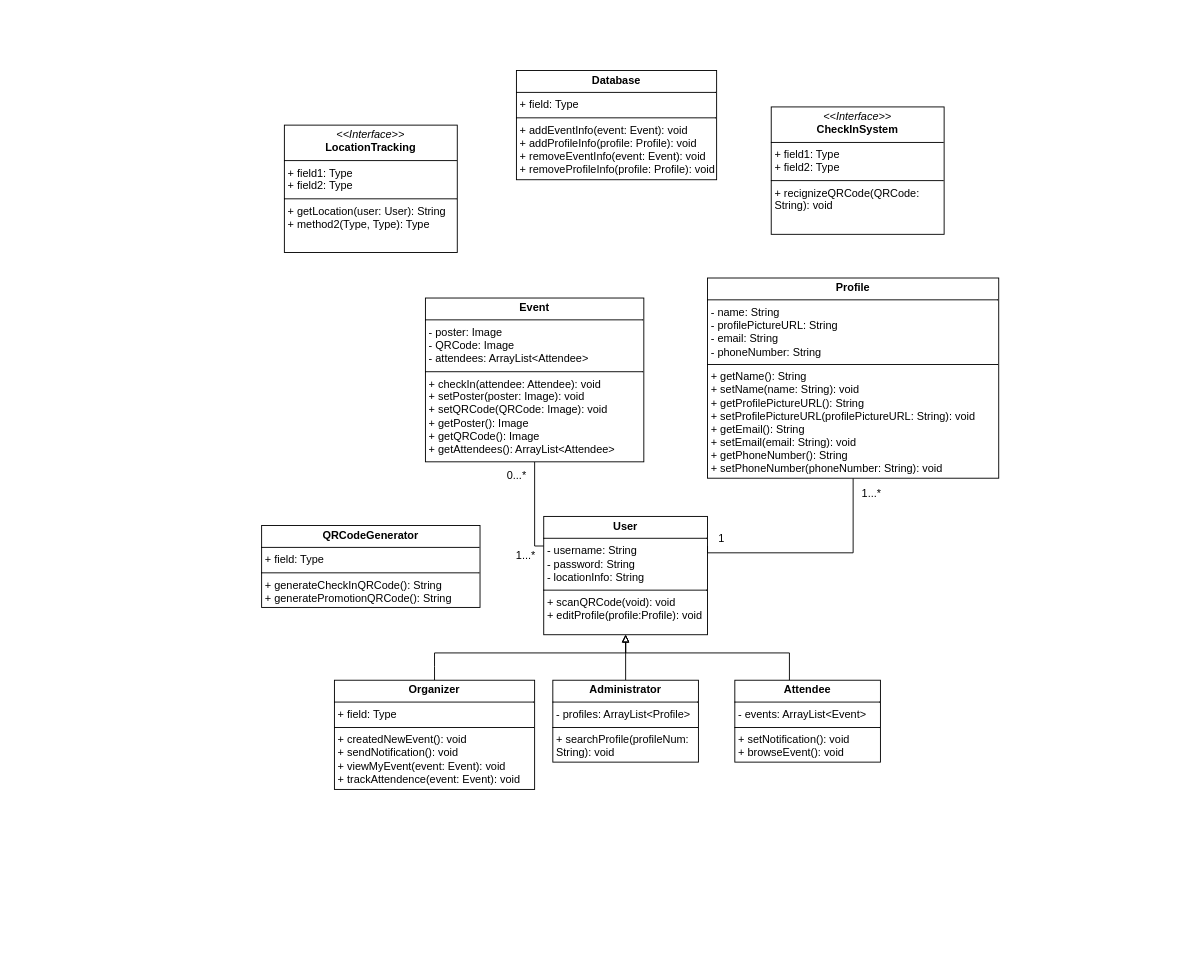
Above: UML Diagram.drawio in CMPUT301W24T15/SyncQR (draw.io), before the change. Source tidied: cells renumbered, new cells numbered last; positions are measured from the earlier drawing's top-left corner, leaving out a move shared by most shapes. Both pictures are drawn from the tidied source at 91%, with x=0, y=0 at pixel (261, 70).
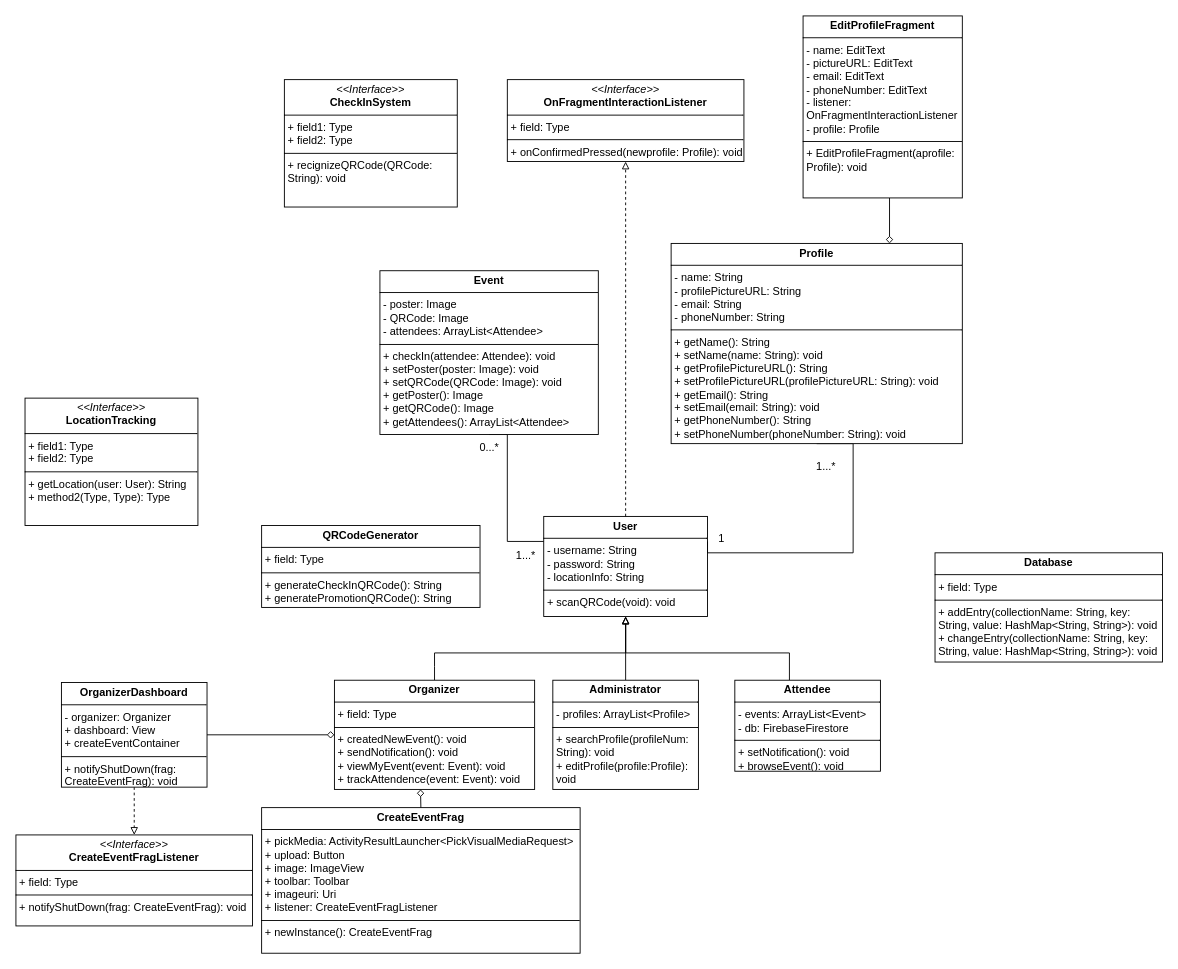
The same page after the edit.

Unchanged cells that the change refers to:
```xml
<mxCell id="4" value="&lt;p style=&quot;margin:0px;margin-top:4px;text-align:center;&quot;&gt;&lt;b&gt;Organizer&lt;/b&gt;&lt;/p&gt;&lt;hr size=&quot;1&quot; style=&quot;border-style:solid;&quot;&gt;&lt;p style=&quot;margin:0px;margin-left:4px;&quot;&gt;+ field: Type&lt;/p&gt;&lt;hr size=&quot;1&quot; style=&quot;border-style:solid;&quot;&gt;&lt;p style=&quot;margin:0px;margin-left:4px;&quot;&gt;+ createdNewEvent(): void&lt;/p&gt;&lt;p style=&quot;margin:0px;margin-left:4px;&quot;&gt;+ sendNotification(): void&lt;/p&gt;&lt;p style=&quot;margin:0px;margin-left:4px;&quot;&gt;+ viewMyEvent(event: Event): void&lt;/p&gt;&lt;p style=&quot;margin:0px;margin-left:4px;&quot;&gt;+ trackAttendence(event: Event): void&lt;/p&gt;" style="verticalAlign=top;align=left;overflow=fill;html=1;whiteSpace=wrap;" parent="1" vertex="1">
  <mxGeometry x="80" y="670" width="220" height="120" as="geometry" />
</mxCell>
```

What changed in the source:
```diff
@@
-    <mxCell id="2" value="&lt;p style=&quot;margin:0px;margin-top:4px;text-align:center;&quot;&gt;&lt;span style=&quot;font-weight: 700;&quot;&gt;User&lt;/span&gt;&lt;br&gt;&lt;/p&gt;&lt;hr size=&quot;1&quot; style=&quot;border-style:solid;&quot;&gt;&lt;p style=&quot;margin:0px;margin-left:4px;&quot;&gt;- username: String&lt;br&gt;&lt;/p&gt;&lt;p style=&quot;margin:0px;margin-left:4px;&quot;&gt;- password: String&lt;br&gt;&lt;/p&gt;&lt;p style=&quot;margin:0px;margin-left:4px;&quot;&gt;- locationInfo: String&lt;/p&gt;&lt;hr size=&quot;1&quot; style=&quot;border-style:solid;&quot;&gt;&lt;p style=&quot;margin:0px;margin-left:4px;&quot;&gt;+ scanQRCode(void): void&lt;br&gt;&lt;/p&gt;&lt;p style=&quot;margin:0px;margin-left:4px;&quot;&gt;+ editProfile(profile:Profile): void&lt;br&gt;&lt;/p&gt;" style="verticalAlign=top;align=left;overflow=fill;html=1;whiteSpace=wrap;" parent="1" vertex="1">
-      <mxGeometry x="310" y="490" width="180" height="130" as="geometry" />
+    <mxCell id="2" value="&lt;p style=&quot;margin:0px;margin-top:4px;text-align:center;&quot;&gt;&lt;span style=&quot;font-weight: 700;&quot;&gt;User&lt;/span&gt;&lt;br&gt;&lt;/p&gt;&lt;hr size=&quot;1&quot; style=&quot;border-style:solid;&quot;&gt;&lt;p style=&quot;margin:0px;margin-left:4px;&quot;&gt;- username: String&lt;br&gt;&lt;/p&gt;&lt;p style=&quot;margin:0px;margin-left:4px;&quot;&gt;- password: String&lt;br&gt;&lt;/p&gt;&lt;p style=&quot;margin:0px;margin-left:4px;&quot;&gt;- locationInfo: String&lt;/p&gt;&lt;hr size=&quot;1&quot; style=&quot;border-style:solid;&quot;&gt;&lt;p style=&quot;margin:0px;margin-left:4px;&quot;&gt;+ scanQRCode(void): void&lt;/p&gt;" style="verticalAlign=top;align=left;overflow=fill;html=1;whiteSpace=wrap;" parent="1" vertex="1">
+      <mxGeometry x="310" y="490" width="180" height="110" as="geometry" />
     </mxCell>
@@
-    <mxCell id="6" value="&lt;p style=&quot;margin:0px;margin-top:4px;text-align:center;&quot;&gt;&lt;span style=&quot;font-weight: 700;&quot;&gt;Administrator&lt;/span&gt;&lt;br&gt;&lt;/p&gt;&lt;hr size=&quot;1&quot; style=&quot;border-style:solid;&quot;&gt;&lt;p style=&quot;margin:0px;margin-left:4px;&quot;&gt;- profiles: ArrayList&amp;lt;Profile&amp;gt;&lt;/p&gt;&lt;hr size=&quot;1&quot; style=&quot;border-style:solid;&quot;&gt;&lt;p style=&quot;margin:0px;margin-left:4px;&quot;&gt;+ searchProfile(profileNum: String): void&lt;br&gt;&lt;/p&gt;" style="verticalAlign=top;align=left;overflow=fill;html=1;whiteSpace=wrap;" parent="1" vertex="1">
-      <mxGeometry x="320" y="670" width="160" height="90" as="geometry" />
+    <mxCell id="6" value="&lt;p style=&quot;margin:0px;margin-top:4px;text-align:center;&quot;&gt;&lt;span style=&quot;font-weight: 700;&quot;&gt;Administrator&lt;/span&gt;&lt;br&gt;&lt;/p&gt;&lt;hr size=&quot;1&quot; style=&quot;border-style:solid;&quot;&gt;&lt;p style=&quot;margin:0px;margin-left:4px;&quot;&gt;- profiles: ArrayList&amp;lt;Profile&amp;gt;&lt;/p&gt;&lt;hr size=&quot;1&quot; style=&quot;border-style:solid;&quot;&gt;&lt;p style=&quot;margin:0px;margin-left:4px;&quot;&gt;+ searchProfile(profileNum: String): void&lt;br&gt;&lt;/p&gt;&lt;p style=&quot;margin:0px;margin-left:4px;&quot;&gt;+ editProfile(profile:Profile): void&lt;br&gt;&lt;/p&gt;" style="verticalAlign=top;align=left;overflow=fill;html=1;whiteSpace=wrap;" parent="1" vertex="1">
+      <mxGeometry x="320" y="670" width="160" height="120" as="geometry" />
     </mxCell>
@@
-    <mxCell id="8" value="&lt;p style=&quot;margin:0px;margin-top:4px;text-align:center;&quot;&gt;&lt;b&gt;Attendee&lt;/b&gt;&lt;/p&gt;&lt;hr size=&quot;1&quot; style=&quot;border-style:solid;&quot;&gt;&lt;p style=&quot;margin:0px;margin-left:4px;&quot;&gt;- events: ArrayList&amp;lt;Event&amp;gt;&lt;/p&gt;&lt;hr size=&quot;1&quot; style=&quot;border-style:solid;&quot;&gt;&lt;p style=&quot;margin:0px;margin-left:4px;&quot;&gt;+ setNotification(): void&lt;/p&gt;&lt;p style=&quot;margin:0px;margin-left:4px;&quot;&gt;+ browseEvent(): void&lt;/p&gt;" style="verticalAlign=top;align=left;overflow=fill;html=1;whiteSpace=wrap;" parent="1" vertex="1">
-      <mxGeometry x="520" y="670" width="160" height="90" as="geometry" />
+    <mxCell id="8" value="&lt;p style=&quot;margin:0px;margin-top:4px;text-align:center;&quot;&gt;&lt;b&gt;Attendee&lt;/b&gt;&lt;/p&gt;&lt;hr size=&quot;1&quot; style=&quot;border-style:solid;&quot;&gt;&lt;p style=&quot;margin:0px;margin-left:4px;&quot;&gt;- events: ArrayList&amp;lt;Event&amp;gt;&lt;/p&gt;&lt;p style=&quot;margin:0px;margin-left:4px;&quot;&gt;- db: FirebaseFirestore&lt;/p&gt;&lt;hr size=&quot;1&quot; style=&quot;border-style:solid;&quot;&gt;&lt;p style=&quot;margin:0px;margin-left:4px;&quot;&gt;+ setNotification(): void&lt;/p&gt;&lt;p style=&quot;margin:0px;margin-left:4px;&quot;&gt;+ browseEvent(): void&lt;/p&gt;" style="verticalAlign=top;align=left;overflow=fill;html=1;whiteSpace=wrap;" parent="1" vertex="1">
+      <mxGeometry x="520" y="670" width="160" height="100" as="geometry" />
     </mxCell>
     <mxCell id="9" style="edgeStyle=orthogonalEdgeStyle;rounded=0;jettySize=auto;html=1;exitX=0.5;exitY=1;exitDx=0;exitDy=0;entryX=0;entryY=0.25;entryDx=0;entryDy=0;endArrow=none;endFill=0;" parent="1" edge="1" source="10" target="2">
       <mxGeometry relative="1" as="geometry">
         <Array as="points">
-          <mxPoint x="300" y="523" />
+          <mxPoint x="270" y="518" />
         </Array>
       </mxGeometry>
     </mxCell>
     <mxCell id="10" value="&lt;p style=&quot;margin:0px;margin-top:4px;text-align:center;&quot;&gt;&lt;b&gt;Event&lt;/b&gt;&lt;/p&gt;&lt;hr size=&quot;1&quot; style=&quot;border-style:solid;&quot;&gt;&lt;p style=&quot;margin:0px;margin-left:4px;&quot;&gt;- poster: Image&lt;/p&gt;&lt;p style=&quot;margin:0px;margin-left:4px;&quot;&gt;- QRCode: Image&lt;br&gt;&lt;/p&gt;&lt;p style=&quot;margin:0px;margin-left:4px;&quot;&gt;- attendees: ArrayList&amp;lt;Attendee&amp;gt;&lt;br&gt;&lt;/p&gt;&lt;hr size=&quot;1&quot; style=&quot;border-style:solid;&quot;&gt;&lt;p style=&quot;margin:0px;margin-left:4px;&quot;&gt;+ checkIn(attendee: Attendee): void&lt;/p&gt;&lt;p style=&quot;margin:0px;margin-left:4px;&quot;&gt;+ setPoster(poster: Image): void&lt;/p&gt;&lt;p style=&quot;margin:0px;margin-left:4px;&quot;&gt;+ setQRCode(QRCode: Image): void&lt;br&gt;&lt;/p&gt;&lt;p style=&quot;margin:0px;margin-left:4px;&quot;&gt;+ getPoster(): Image&lt;/p&gt;&lt;p style=&quot;margin:0px;margin-left:4px;&quot;&gt;+ getQRCode(): Image&lt;/p&gt;&lt;p style=&quot;margin:0px;margin-left:4px;&quot;&gt;+ getAttendees(): ArrayList&amp;lt;Attendee&amp;gt;&lt;/p&gt;" style="verticalAlign=top;align=left;overflow=fill;html=1;whiteSpace=wrap;" parent="1" vertex="1">
-      <mxGeometry x="180" y="250" width="240" height="180" as="geometry" />
+      <mxGeometry x="130" y="220" width="240" height="180" as="geometry" />
     </mxCell>
@@
     <mxCell id="12" value="&lt;p style=&quot;margin:0px;margin-top:4px;text-align:center;&quot;&gt;&lt;b&gt;Profile&lt;/b&gt;&lt;/p&gt;&lt;hr size=&quot;1&quot; style=&quot;border-style:solid;&quot;&gt;&lt;p style=&quot;margin:0px;margin-left:4px;&quot;&gt;- name: String&lt;/p&gt;&lt;p style=&quot;margin:0px;margin-left:4px;&quot;&gt;- profilePictureURL: String&lt;/p&gt;&lt;p style=&quot;margin:0px;margin-left:4px;&quot;&gt;- email: String&lt;/p&gt;&lt;p style=&quot;margin:0px;margin-left:4px;&quot;&gt;- phoneNumber: String&lt;/p&gt;&lt;hr size=&quot;1&quot; style=&quot;border-style:solid;&quot;&gt;&lt;p style=&quot;margin:0px;margin-left:4px;&quot;&gt;+ getName(): String&lt;/p&gt;&lt;p style=&quot;margin:0px;margin-left:4px;&quot;&gt;+ setName(name:&amp;nbsp;&lt;span style=&quot;background-color: initial;&quot;&gt;String&lt;/span&gt;&lt;span style=&quot;background-color: initial;&quot;&gt;): void&lt;/span&gt;&lt;/p&gt;&lt;p style=&quot;margin:0px;margin-left:4px;&quot;&gt;+ getProfilePictureURL(): String&lt;br&gt;&lt;/p&gt;&lt;p style=&quot;margin:0px;margin-left:4px;&quot;&gt;+ setProfilePictureURL(profilePictureURL:&amp;nbsp;&lt;span style=&quot;background-color: initial;&quot;&gt;String&lt;/span&gt;&lt;span style=&quot;background-color: initial;&quot;&gt;): void&lt;/span&gt;&lt;/p&gt;&lt;p style=&quot;margin: 0px 0px 0px 4px;&quot;&gt;+ getEmail(): String&lt;/p&gt;&lt;p style=&quot;margin: 0px 0px 0px 4px;&quot;&gt;+ setEmail(email:&amp;nbsp;&lt;span style=&quot;background-color: initial;&quot;&gt;String&lt;/span&gt;&lt;span style=&quot;background-color: initial;&quot;&gt;): void&lt;/span&gt;&lt;/p&gt;&lt;p style=&quot;margin: 0px 0px 0px 4px;&quot;&gt;+ getPhoneNumber(): String&lt;/p&gt;&lt;p style=&quot;margin: 0px 0px 0px 4px;&quot;&gt;+ setPhoneNumber(phoneNumber:&amp;nbsp;&lt;span style=&quot;background-color: initial;&quot;&gt;String&lt;/span&gt;&lt;span style=&quot;background-color: initial;&quot;&gt;): void&lt;/span&gt;&lt;/p&gt;" style="verticalAlign=top;align=left;overflow=fill;html=1;whiteSpace=wrap;" parent="1" vertex="1">
-      <mxGeometry x="490" y="228" width="320" height="220" as="geometry" />
+      <mxGeometry x="450" y="190" width="320" height="220" as="geometry" />
     </mxCell>
     <mxCell id="13" value="0...*" style="text;html=1;align=center;verticalAlign=middle;strokeColor=none;fillColor=none;" parent="1" vertex="1">
-      <mxGeometry x="260" y="430" width="40" height="30" as="geometry" />
+      <mxGeometry x="230" y="400" width="40" height="30" as="geometry" />
     </mxCell>
@@
     <mxCell id="15" value="1...*" style="text;html=1;align=center;verticalAlign=middle;strokeColor=none;fillColor=none;" parent="1" vertex="1">
-      <mxGeometry x="650" y="450" width="40" height="30" as="geometry" />
+      <mxGeometry x="600" y="420" width="40" height="30" as="geometry" />
     </mxCell>
@@
     <mxCell id="18" value="&lt;p style=&quot;margin:0px;margin-top:4px;text-align:center;&quot;&gt;&lt;i&gt;&amp;lt;&amp;lt;Interface&amp;gt;&amp;gt;&lt;/i&gt;&lt;br&gt;&lt;b&gt;CheckInSystem&lt;/b&gt;&lt;/p&gt;&lt;hr size=&quot;1&quot; style=&quot;border-style:solid;&quot;&gt;&lt;p style=&quot;margin:0px;margin-left:4px;&quot;&gt;+ field1: Type&lt;br&gt;+ field2: Type&lt;/p&gt;&lt;hr size=&quot;1&quot; style=&quot;border-style:solid;&quot;&gt;&lt;p style=&quot;margin:0px;margin-left:4px;&quot;&gt;+ recignizeQRCode(QRCode: String): void&lt;br&gt;&lt;/p&gt;" style="verticalAlign=top;align=left;overflow=fill;html=1;whiteSpace=wrap;" parent="1" vertex="1">
-      <mxGeometry x="560" y="40" width="190" height="140" as="geometry" />
+      <mxGeometry x="25" y="10" width="190" height="140" as="geometry" />
     </mxCell>
     <mxCell id="19" value="&lt;p style=&quot;margin:0px;margin-top:4px;text-align:center;&quot;&gt;&lt;i&gt;&amp;lt;&amp;lt;Interface&amp;gt;&amp;gt;&lt;/i&gt;&lt;br&gt;&lt;b&gt;LocationTracking&lt;/b&gt;&lt;/p&gt;&lt;hr size=&quot;1&quot; style=&quot;border-style:solid;&quot;&gt;&lt;p style=&quot;margin:0px;margin-left:4px;&quot;&gt;+ field1: Type&lt;br&gt;+ field2: Type&lt;/p&gt;&lt;hr size=&quot;1&quot; style=&quot;border-style:solid;&quot;&gt;&lt;p style=&quot;margin:0px;margin-left:4px;&quot;&gt;+ getLocation(user: User): String&lt;/p&gt;&lt;p style=&quot;margin:0px;margin-left:4px;&quot;&gt;+ method2(Type, Type): Type&lt;/p&gt;" style="verticalAlign=top;align=left;overflow=fill;html=1;whiteSpace=wrap;" parent="1" vertex="1">
-      <mxGeometry x="25" y="60" width="190" height="140" as="geometry" />
+      <mxGeometry x="-260" y="360" width="190" height="140" as="geometry" />
     </mxCell>
-    <mxCell id="20" value="&lt;p style=&quot;margin:0px;margin-top:4px;text-align:center;&quot;&gt;&lt;b&gt;Database&lt;/b&gt;&lt;/p&gt;&lt;hr size=&quot;1&quot; style=&quot;border-style:solid;&quot;&gt;&lt;p style=&quot;margin:0px;margin-left:4px;&quot;&gt;+ field: Type&lt;/p&gt;&lt;hr size=&quot;1&quot; style=&quot;border-style:solid;&quot;&gt;&lt;p style=&quot;margin:0px;margin-left:4px;&quot;&gt;+ addEventInfo(event: Event): void&lt;/p&gt;&lt;p style=&quot;margin:0px;margin-left:4px;&quot;&gt;+ addProfileInfo(profile: Profile): void&lt;br&gt;&lt;/p&gt;&lt;p style=&quot;margin:0px;margin-left:4px;&quot;&gt;+ removeEventInfo(event: Event): void&lt;br&gt;&lt;/p&gt;&lt;p style=&quot;margin:0px;margin-left:4px;&quot;&gt;+ removeProfileInfo(profile: Profile): void&lt;br&gt;&lt;/p&gt;&lt;p style=&quot;margin:0px;margin-left:4px;&quot;&gt;&lt;br&gt;&lt;/p&gt;" style="verticalAlign=top;align=left;overflow=fill;html=1;whiteSpace=wrap;" parent="1" vertex="1">
-      <mxGeometry x="280" width="220" height="120" as="geometry" />
+    <mxCell id="20" value="&lt;p style=&quot;margin:0px;margin-top:4px;text-align:center;&quot;&gt;&lt;b&gt;Database&lt;/b&gt;&lt;/p&gt;&lt;hr size=&quot;1&quot; style=&quot;border-style:solid;&quot;&gt;&lt;p style=&quot;margin:0px;margin-left:4px;&quot;&gt;+ field: Type&lt;/p&gt;&lt;hr size=&quot;1&quot; style=&quot;border-style:solid;&quot;&gt;&lt;p style=&quot;margin:0px;margin-left:4px;&quot;&gt;+ addEntry(collectionName: String, key: String, value: HashMap&amp;lt;String, String&amp;gt;): void&lt;/p&gt;&lt;p style=&quot;margin:0px;margin-left:4px;&quot;&gt;+ changeEntry(collectionName: String, key: String, value: HashMap&amp;lt;String, String&amp;gt;): void&lt;br&gt;&lt;/p&gt;&lt;p style=&quot;margin:0px;margin-left:4px;&quot;&gt;&lt;br&gt;&lt;/p&gt;" style="verticalAlign=top;align=left;overflow=fill;html=1;whiteSpace=wrap;" parent="1" vertex="1">
+      <mxGeometry x="740" y="530" width="250" height="120" as="geometry" />
     </mxCell>
+    <mxCell id="21" style="edgeStyle=orthogonalEdgeStyle;rounded=0;jettySize=auto;html=1;exitX=0.5;exitY=1;exitDx=0;exitDy=0;endArrow=block;endFill=0;dashed=1;" parent="1" edge="1" source="26" target="23">
+      <mxGeometry relative="1" as="geometry" />
+    </mxCell>
+    <mxCell id="22" value="&lt;p style=&quot;margin:0px;margin-top:4px;text-align:center;&quot;&gt;&lt;b&gt;CreateEventFrag&lt;/b&gt;&lt;/p&gt;&lt;hr size=&quot;1&quot; style=&quot;border-style:solid;&quot;&gt;&lt;p style=&quot;margin:0px;margin-left:4px;&quot;&gt;+ pickMedia: ActivityResultLauncher&amp;lt;PickVisualMediaRequest&amp;gt;&lt;/p&gt;&lt;p style=&quot;margin:0px;margin-left:4px;&quot;&gt;+ upload: Button&lt;/p&gt;&lt;p style=&quot;margin:0px;margin-left:4px;&quot;&gt;+ image: ImageView&lt;/p&gt;&lt;p style=&quot;margin:0px;margin-left:4px;&quot;&gt;+ toolbar: Toolbar&lt;/p&gt;&lt;p style=&quot;margin:0px;margin-left:4px;&quot;&gt;+ imageuri: Uri&lt;/p&gt;&lt;p style=&quot;margin:0px;margin-left:4px;&quot;&gt;+ listener: CreateEventFragListener&lt;/p&gt;&lt;hr size=&quot;1&quot; style=&quot;border-style:solid;&quot;&gt;&lt;p style=&quot;margin:0px;margin-left:4px;&quot;&gt;+ newInstance(): CreateEventFrag&lt;/p&gt;" style="verticalAlign=top;align=left;overflow=fill;html=1;whiteSpace=wrap;" parent="1" vertex="1">
+      <mxGeometry y="810" width="350" height="160" as="geometry" />
+    </mxCell>
+    <mxCell id="23" value="&lt;p style=&quot;margin:0px;margin-top:4px;text-align:center;&quot;&gt;&lt;i&gt;&amp;lt;&amp;lt;Interface&amp;gt;&amp;gt;&lt;/i&gt;&lt;br&gt;&lt;b&gt;CreateEventFragListener&lt;/b&gt;&lt;/p&gt;&lt;hr size=&quot;1&quot; style=&quot;border-style:solid;&quot;&gt;&lt;p style=&quot;margin:0px;margin-left:4px;&quot;&gt;+ field: Type&lt;br&gt;&lt;/p&gt;&lt;hr size=&quot;1&quot; style=&quot;border-style:solid;&quot;&gt;&lt;p style=&quot;margin:0px;margin-left:4px;&quot;&gt;+ notifyShutDown(frag: CreateEventFrag): void&lt;br&gt;&lt;/p&gt;" style="verticalAlign=top;align=left;overflow=fill;html=1;whiteSpace=wrap;" parent="1" vertex="1">
+      <mxGeometry x="-270" y="840" width="260" height="100" as="geometry" />
+    </mxCell>
+    <mxCell id="24" style="edgeStyle=orthogonalEdgeStyle;rounded=0;jettySize=auto;html=1;exitX=0.5;exitY=0;exitDx=0;exitDy=0;entryX=0.43;entryY=1;entryDx=0;entryDy=0;entryPerimeter=0;endArrow=diamond;endFill=0;" parent="1" edge="1" source="22" target="4">
+      <mxGeometry relative="1" as="geometry" />
+    </mxCell>
+    <mxCell id="25" style="edgeStyle=orthogonalEdgeStyle;rounded=0;jettySize=auto;html=1;entryX=0;entryY=0.5;entryDx=0;entryDy=0;endArrow=diamond;endFill=0;" parent="1" edge="1" source="26" target="4">
+      <mxGeometry relative="1" as="geometry" />
+    </mxCell>
+    <mxCell id="26" value="&lt;p style=&quot;margin:0px;margin-top:4px;text-align:center;&quot;&gt;&lt;b&gt;OrganizerDashboard&lt;/b&gt;&lt;br&gt;&lt;/p&gt;&lt;hr size=&quot;1&quot; style=&quot;border-style:solid;&quot;&gt;&lt;p style=&quot;margin:0px;margin-left:4px;&quot;&gt;- organizer: Organizer&lt;/p&gt;&lt;p style=&quot;margin:0px;margin-left:4px;&quot;&gt;+ dashboard: View&lt;/p&gt;&lt;p style=&quot;margin:0px;margin-left:4px;&quot;&gt;+ createEventContainer&lt;/p&gt;&lt;hr size=&quot;1&quot; style=&quot;border-style:solid;&quot;&gt;&lt;p style=&quot;margin:0px;margin-left:4px;&quot;&gt;+ notifyShutDown&lt;span style=&quot;background-color: initial;&quot;&gt;(frag: CreateEventFrag): void&lt;/span&gt;&lt;/p&gt;" style="verticalAlign=top;align=left;overflow=fill;html=1;whiteSpace=wrap;" parent="1" vertex="1">
+      <mxGeometry x="-220" y="672.5" width="160" height="115" as="geometry" />
+    </mxCell>
+    <mxCell id="27" style="edgeStyle=orthogonalEdgeStyle;rounded=0;jettySize=auto;html=1;endArrow=diamond;endFill=0;entryX=0.75;entryY=0;entryDx=0;entryDy=0;" parent="1" edge="1" source="28" target="12">
+      <mxGeometry relative="1" as="geometry">
+        <Array as="points">
+          <mxPoint x="690" y="140" />
+          <mxPoint x="690" y="140" />
+        </Array>
+      </mxGeometry>
+    </mxCell>
+    <mxCell id="28" value="&lt;p style=&quot;margin:0px;margin-top:4px;text-align:center;&quot;&gt;&lt;b&gt;EditProfileFragment&lt;/b&gt;&lt;/p&gt;&lt;hr size=&quot;1&quot; style=&quot;border-style:solid;&quot;&gt;&lt;p style=&quot;margin:0px;margin-left:4px;&quot;&gt;- name: EditText&lt;/p&gt;&lt;p style=&quot;margin:0px;margin-left:4px;&quot;&gt;- pictureURL: EditText&lt;/p&gt;&lt;p style=&quot;margin:0px;margin-left:4px;&quot;&gt;- email: EditText&lt;/p&gt;&lt;p style=&quot;margin:0px;margin-left:4px;&quot;&gt;- phoneNumber: EditText&lt;/p&gt;&lt;p style=&quot;margin:0px;margin-left:4px;&quot;&gt;- listener: OnFragmentInteractionListener&lt;/p&gt;&lt;p style=&quot;margin:0px;margin-left:4px;&quot;&gt;- profile: Profile&lt;/p&gt;&lt;hr size=&quot;1&quot; style=&quot;border-style:solid;&quot;&gt;&lt;p style=&quot;margin:0px;margin-left:4px;&quot;&gt;+ EditProfileFragment(aprofile: Profile): void&lt;/p&gt;" style="verticalAlign=top;align=left;overflow=fill;html=1;whiteSpace=wrap;" parent="1" vertex="1">
+      <mxGeometry x="595" y="-60" width="175" height="200" as="geometry" />
+    </mxCell>
+    <mxCell id="29" style="edgeStyle=orthogonalEdgeStyle;rounded=0;jettySize=auto;html=1;dashed=1;endArrow=block;endFill=0;" parent="1" edge="1" source="2" target="30">
+      <mxGeometry relative="1" as="geometry" />
+    </mxCell>
+    <mxCell id="30" value="&lt;p style=&quot;margin:0px;margin-top:4px;text-align:center;&quot;&gt;&lt;i&gt;&amp;lt;&amp;lt;Interface&amp;gt;&amp;gt;&lt;/i&gt;&lt;br&gt;&lt;b&gt;OnFragmentInteractionListener&lt;/b&gt;&lt;/p&gt;&lt;hr size=&quot;1&quot; style=&quot;border-style:solid;&quot;&gt;&lt;p style=&quot;margin:0px;margin-left:4px;&quot;&gt;+ field: Type&lt;br&gt;&lt;/p&gt;&lt;hr size=&quot;1&quot; style=&quot;border-style:solid;&quot;&gt;&lt;p style=&quot;margin:0px;margin-left:4px;&quot;&gt;+ onConfirmedPressed(newprofile: Profile): void&lt;br&gt;&lt;/p&gt;" style="verticalAlign=top;align=left;overflow=fill;html=1;whiteSpace=wrap;" parent="1" vertex="1">
+      <mxGeometry x="270" y="10" width="260" height="90" as="geometry" />
+    </mxCell>
```
